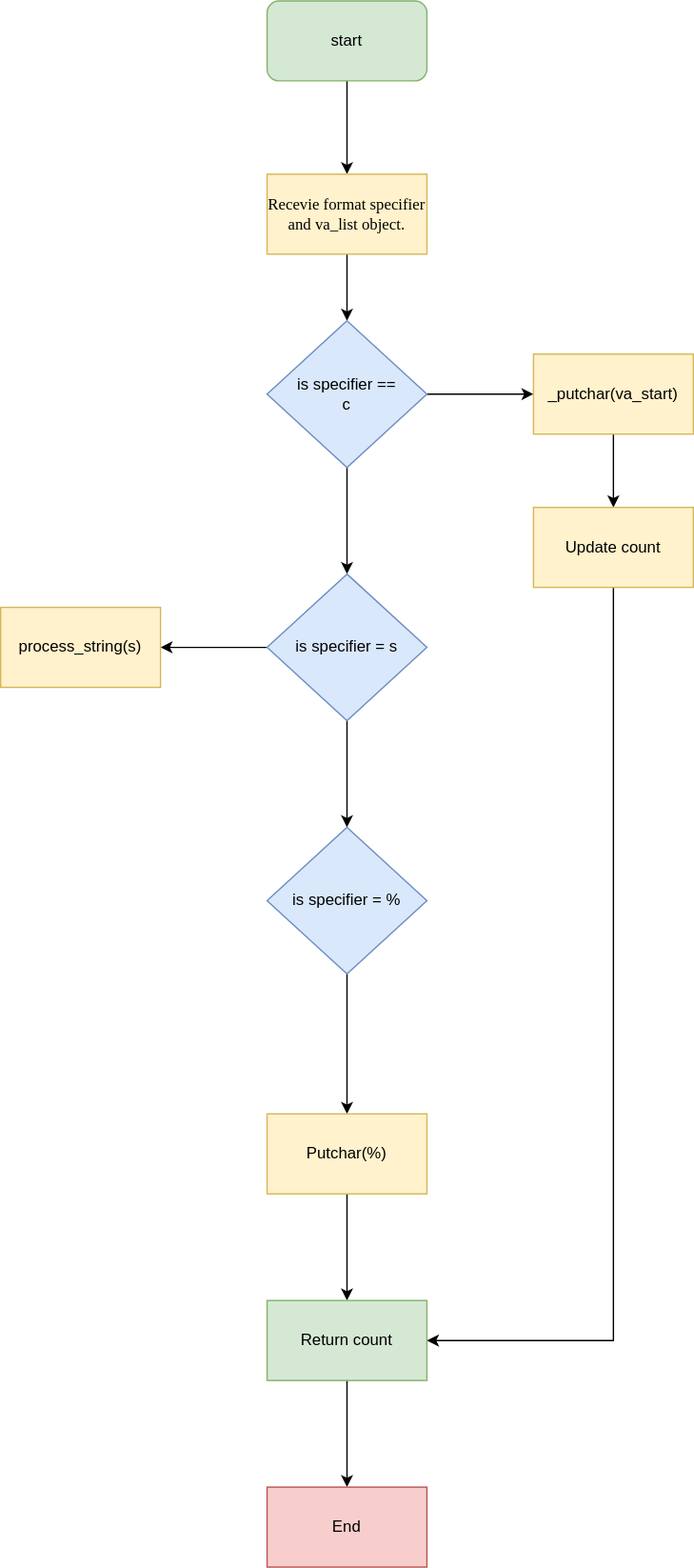
Above: format_handling.svg in davehypercodes/printf (draw.io), before the change. Source tidied: cells renumbered, new cells last; positions are measured from the earlier drawing's top-left corner, leaving out a move shared by most shapes.
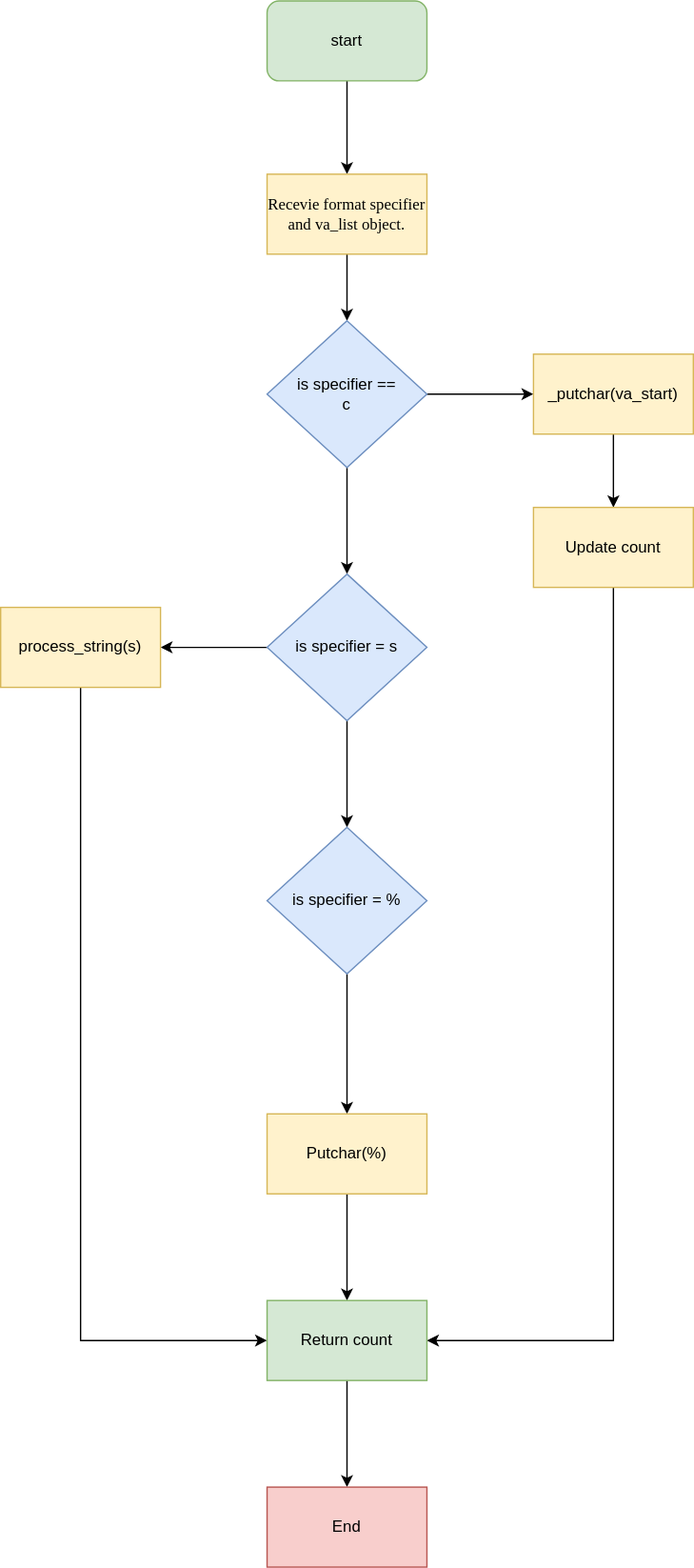
The same file after the commit.

Change to the diagram source:
```diff
@@ -54,6 +54,13 @@
     <mxCell id="17" value="Update count" style="whiteSpace=wrap;html=1;fillColor=#fff2cc;strokeColor=#d6b656;rounded=0;" parent="1" vertex="1">
       <mxGeometry x="400" y="380" width="120" height="60" as="geometry" />
     </mxCell>
+    <mxCell id="24" style="edgeStyle=orthogonalEdgeStyle;rounded=0;jettySize=auto;html=1;entryX=0;entryY=0.5;entryDx=0;entryDy=0;" parent="1" edge="1" source="18" target="22">
+      <mxGeometry relative="1" as="geometry">
+        <Array as="points">
+          <mxPoint x="60" y="1005" />
+        </Array>
+      </mxGeometry>
+    </mxCell>
     <mxCell id="18" value="process_string(s)" style="whiteSpace=wrap;html=1;fillColor=#fff2cc;strokeColor=#d6b656;rounded=0;" parent="1" vertex="1">
       <mxGeometry y="455" width="120" height="60" as="geometry" />
     </mxCell>
```
